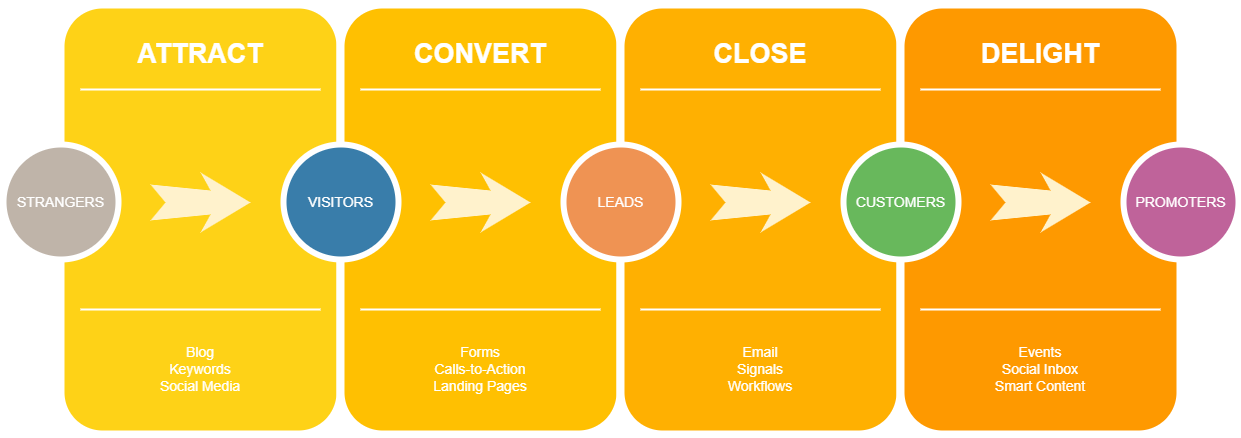
ngholom/ngholom keeps this draw.io diagram as Untitled Diagram.drawio.png. Above is the earlier version. Source tidied: cells renumbered, new cells last; positions are measured from the earlier drawing's top-left corner, leaving out a move shared by most shapes. The source it was exported from:
```xml
<mxGraphModel>
  <root>
    <mxCell id="0" />
    <mxCell id="1" parent="0" />
    <mxCell id="2" style="whiteSpace=wrap;html=1;rounded=1;shadow=0;strokeWidth=8;fontSize=20;align=center;fillColor=#FED217;strokeColor=#FFFFFF;" parent="1" vertex="1">
      <mxGeometry x="57" width="280" height="430" as="geometry" />
    </mxCell>
    <mxCell id="3" value="ATTRACT" style="text;html=1;strokeColor=none;fillColor=none;align=center;verticalAlign=middle;whiteSpace=wrap;rounded=0;shadow=0;fontSize=27;fontColor=#FFFFFF;fontStyle=1;" parent="1" vertex="1">
      <mxGeometry x="57" y="20" width="280" height="60" as="geometry" />
    </mxCell>
    <mxCell id="4" value="Blog&lt;div&gt;Keywords&lt;/div&gt;&lt;div&gt;Social Media&lt;/div&gt;" style="text;html=1;strokeColor=none;fillColor=none;align=center;verticalAlign=middle;whiteSpace=wrap;rounded=0;shadow=0;fontSize=14;fontColor=#FFFFFF;" parent="1" vertex="1">
      <mxGeometry x="57" y="320" width="280" height="90" as="geometry" />
    </mxCell>
    <mxCell id="5" style="line;strokeWidth=2;html=1;rounded=0;shadow=0;fontSize=27;align=center;fillColor=none;strokeColor=#FFFFFF;" parent="1" vertex="1">
      <mxGeometry x="77" y="80" width="240" height="10" as="geometry" />
    </mxCell>
    <mxCell id="6" style="line;strokeWidth=2;html=1;rounded=0;shadow=0;fontSize=27;align=center;fillColor=none;strokeColor=#FFFFFF;" parent="1" vertex="1">
      <mxGeometry x="77" y="300" width="240" height="10" as="geometry" />
    </mxCell>
    <mxCell id="7" value="STRANGERS" style="ellipse;whiteSpace=wrap;html=1;rounded=0;shadow=0;strokeWidth=6;fontSize=14;align=center;fillColor=#BFB4A9;strokeColor=#FFFFFF;fontColor=#FFFFFF;" parent="1" vertex="1">
      <mxGeometry y="140" width="115" height="115" as="geometry" />
    </mxCell>
    <mxCell id="8" style="html=1;shadow=0;dashed=0;align=center;verticalAlign=middle;shape=mxgraph.arrows2.stylisedArrow;dy=0.6;dx=40;notch=15;feather=0.4;rounded=0;strokeWidth=1;fontSize=27;strokeColor=none;fillColor=#fff2cc;" parent="1" vertex="1">
      <mxGeometry x="147" y="168" width="100" height="60" as="geometry" />
    </mxCell>
    <mxCell id="9" style="whiteSpace=wrap;html=1;rounded=1;shadow=0;strokeWidth=8;fontSize=20;align=center;fillColor=#FFC001;strokeColor=#FFFFFF;" parent="1" vertex="1">
      <mxGeometry x="337" width="280" height="430" as="geometry" />
    </mxCell>
    <mxCell id="10" value="CONVERT" style="text;html=1;strokeColor=none;fillColor=none;align=center;verticalAlign=middle;whiteSpace=wrap;rounded=0;shadow=0;fontSize=27;fontColor=#FFFFFF;fontStyle=1;" parent="1" vertex="1">
      <mxGeometry x="337" y="20" width="280" height="60" as="geometry" />
    </mxCell>
    <mxCell id="11" value="Forms&lt;div&gt;Calls-to-Action&lt;/div&gt;&lt;div&gt;Landing Pages&lt;/div&gt;" style="text;html=1;strokeColor=none;fillColor=none;align=center;verticalAlign=middle;whiteSpace=wrap;rounded=0;shadow=0;fontSize=14;fontColor=#FFFFFF;" parent="1" vertex="1">
      <mxGeometry x="337" y="320" width="280" height="90" as="geometry" />
    </mxCell>
    <mxCell id="12" style="line;strokeWidth=2;html=1;rounded=0;shadow=0;fontSize=27;align=center;fillColor=none;strokeColor=#FFFFFF;" parent="1" vertex="1">
      <mxGeometry x="357" y="80" width="240" height="10" as="geometry" />
    </mxCell>
    <mxCell id="13" style="line;strokeWidth=2;html=1;rounded=0;shadow=0;fontSize=27;align=center;fillColor=none;strokeColor=#FFFFFF;" parent="1" vertex="1">
      <mxGeometry x="357" y="300" width="240" height="10" as="geometry" />
    </mxCell>
    <mxCell id="14" value="VISITORS" style="ellipse;whiteSpace=wrap;html=1;rounded=0;shadow=0;strokeWidth=6;fontSize=14;align=center;fillColor=#397DAA;strokeColor=#FFFFFF;fontColor=#FFFFFF;" parent="1" vertex="1">
      <mxGeometry x="280" y="140" width="115" height="115" as="geometry" />
    </mxCell>
    <mxCell id="15" style="html=1;shadow=0;dashed=0;align=center;verticalAlign=middle;shape=mxgraph.arrows2.stylisedArrow;dy=0.6;dx=40;notch=15;feather=0.4;rounded=0;strokeWidth=1;fontSize=27;strokeColor=none;fillColor=#fff2cc;" parent="1" vertex="1">
      <mxGeometry x="427" y="168" width="100" height="60" as="geometry" />
    </mxCell>
    <mxCell id="16" style="whiteSpace=wrap;html=1;rounded=1;shadow=0;strokeWidth=8;fontSize=20;align=center;fillColor=#FFB001;strokeColor=#FFFFFF;" parent="1" vertex="1">
      <mxGeometry x="617" width="280" height="430" as="geometry" />
    </mxCell>
    <mxCell id="17" value="CLOSE" style="text;html=1;strokeColor=none;fillColor=none;align=center;verticalAlign=middle;whiteSpace=wrap;rounded=0;shadow=0;fontSize=27;fontColor=#FFFFFF;fontStyle=1;" parent="1" vertex="1">
      <mxGeometry x="617" y="20" width="280" height="60" as="geometry" />
    </mxCell>
    <mxCell id="18" value="Email&lt;div&gt;Signals&lt;/div&gt;&lt;div&gt;Workflows&lt;/div&gt;" style="text;html=1;strokeColor=none;fillColor=none;align=center;verticalAlign=middle;whiteSpace=wrap;rounded=0;shadow=0;fontSize=14;fontColor=#FFFFFF;" parent="1" vertex="1">
      <mxGeometry x="617" y="320" width="280" height="90" as="geometry" />
    </mxCell>
    <mxCell id="19" style="line;strokeWidth=2;html=1;rounded=0;shadow=0;fontSize=27;align=center;fillColor=none;strokeColor=#FFFFFF;" parent="1" vertex="1">
      <mxGeometry x="637" y="80" width="240" height="10" as="geometry" />
    </mxCell>
    <mxCell id="20" style="line;strokeWidth=2;html=1;rounded=0;shadow=0;fontSize=27;align=center;fillColor=none;strokeColor=#FFFFFF;" parent="1" vertex="1">
      <mxGeometry x="637" y="300" width="240" height="10" as="geometry" />
    </mxCell>
    <mxCell id="21" value="LEADS" style="ellipse;whiteSpace=wrap;html=1;rounded=0;shadow=0;strokeWidth=6;fontSize=14;align=center;fillColor=#EF9353;strokeColor=#FFFFFF;fontColor=#FFFFFF;" parent="1" vertex="1">
      <mxGeometry x="560" y="140" width="115" height="115" as="geometry" />
    </mxCell>
    <mxCell id="22" style="html=1;shadow=0;dashed=0;align=center;verticalAlign=middle;shape=mxgraph.arrows2.stylisedArrow;dy=0.6;dx=40;notch=15;feather=0.4;rounded=0;strokeWidth=1;fontSize=27;strokeColor=none;fillColor=#fff2cc;" parent="1" vertex="1">
      <mxGeometry x="707" y="168" width="100" height="60" as="geometry" />
    </mxCell>
    <mxCell id="23" style="whiteSpace=wrap;html=1;rounded=1;shadow=0;strokeWidth=8;fontSize=20;align=center;fillColor=#FE9900;strokeColor=#FFFFFF;" parent="1" vertex="1">
      <mxGeometry x="897" width="280" height="430" as="geometry" />
    </mxCell>
    <mxCell id="24" value="DELIGHT" style="text;html=1;strokeColor=none;fillColor=none;align=center;verticalAlign=middle;whiteSpace=wrap;rounded=0;shadow=0;fontSize=27;fontColor=#FFFFFF;fontStyle=1;" parent="1" vertex="1">
      <mxGeometry x="897" y="20" width="280" height="60" as="geometry" />
    </mxCell>
    <mxCell id="25" value="Events&lt;div&gt;Social Inbox&lt;/div&gt;&lt;div&gt;Smart Content&lt;/div&gt;" style="text;html=1;strokeColor=none;fillColor=none;align=center;verticalAlign=middle;whiteSpace=wrap;rounded=0;shadow=0;fontSize=14;fontColor=#FFFFFF;" parent="1" vertex="1">
      <mxGeometry x="897" y="320" width="280" height="90" as="geometry" />
    </mxCell>
    <mxCell id="26" style="line;strokeWidth=2;html=1;rounded=0;shadow=0;fontSize=27;align=center;fillColor=none;strokeColor=#FFFFFF;" parent="1" vertex="1">
      <mxGeometry x="917" y="80" width="240" height="10" as="geometry" />
    </mxCell>
    <mxCell id="27" style="line;strokeWidth=2;html=1;rounded=0;shadow=0;fontSize=27;align=center;fillColor=none;strokeColor=#FFFFFF;" parent="1" vertex="1">
      <mxGeometry x="917" y="300" width="240" height="10" as="geometry" />
    </mxCell>
    <mxCell id="28" value="CUSTOMERS" style="ellipse;whiteSpace=wrap;html=1;rounded=0;shadow=0;strokeWidth=6;fontSize=14;align=center;fillColor=#68B85C;strokeColor=#FFFFFF;fontColor=#FFFFFF;" parent="1" vertex="1">
      <mxGeometry x="840" y="140" width="115" height="115" as="geometry" />
    </mxCell>
    <mxCell id="29" style="html=1;shadow=0;dashed=0;align=center;verticalAlign=middle;shape=mxgraph.arrows2.stylisedArrow;dy=0.6;dx=40;notch=15;feather=0.4;rounded=0;strokeWidth=1;fontSize=27;strokeColor=none;fillColor=#fff2cc;" parent="1" vertex="1">
      <mxGeometry x="987" y="168" width="100" height="60" as="geometry" />
    </mxCell>
    <mxCell id="30" value="PROMOTERS" style="ellipse;whiteSpace=wrap;html=1;rounded=0;shadow=0;strokeWidth=6;fontSize=14;align=center;fillColor=#BF639A;strokeColor=#FFFFFF;fontColor=#FFFFFF;" parent="1" vertex="1">
      <mxGeometry x="1120" y="140" width="115" height="115" as="geometry" />
    </mxCell>
  </root>
</mxGraphModel>
```
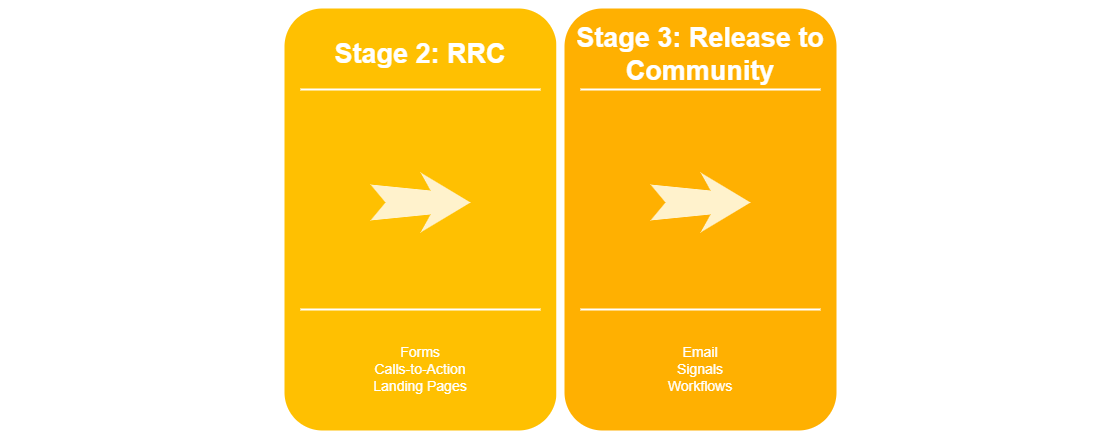
The same diagram one commit later.

The edit, as a diff of the source:
```diff
@@ -2,10 +2,7 @@
   <root>
     <mxCell id="0" />
     <mxCell id="1" parent="0" />
-    <mxCell id="2" style="whiteSpace=wrap;html=1;rounded=1;shadow=0;strokeWidth=8;fontSize=20;align=center;fillColor=#FED217;strokeColor=#FFFFFF;" parent="1" vertex="1">
-      <mxGeometry x="57" width="280" height="430" as="geometry" />
-    </mxCell>
-    <mxCell id="3" value="ATTRACT" style="text;html=1;strokeColor=none;fillColor=none;align=center;verticalAlign=middle;whiteSpace=wrap;rounded=0;shadow=0;fontSize=27;fontColor=#FFFFFF;fontStyle=1;" parent="1" vertex="1">
+    <mxCell id="3" value="S" style="text;html=1;strokeColor=none;fillColor=none;align=center;verticalAlign=middle;whiteSpace=wrap;rounded=0;shadow=0;fontSize=27;fontColor=#FFFFFF;fontStyle=1;" parent="1" vertex="1">
       <mxGeometry x="57" y="20" width="280" height="60" as="geometry" />
     </mxCell>
     <mxCell id="4" value="Blog&lt;div&gt;Keywords&lt;/div&gt;&lt;div&gt;Social Media&lt;/div&gt;" style="text;html=1;strokeColor=none;fillColor=none;align=center;verticalAlign=middle;whiteSpace=wrap;rounded=0;shadow=0;fontSize=14;fontColor=#FFFFFF;" parent="1" vertex="1">
@@ -17,16 +14,10 @@
     <mxCell id="6" style="line;strokeWidth=2;html=1;rounded=0;shadow=0;fontSize=27;align=center;fillColor=none;strokeColor=#FFFFFF;" parent="1" vertex="1">
       <mxGeometry x="77" y="300" width="240" height="10" as="geometry" />
     </mxCell>
-    <mxCell id="7" value="STRANGERS" style="ellipse;whiteSpace=wrap;html=1;rounded=0;shadow=0;strokeWidth=6;fontSize=14;align=center;fillColor=#BFB4A9;strokeColor=#FFFFFF;fontColor=#FFFFFF;" parent="1" vertex="1">
-      <mxGeometry y="140" width="115" height="115" as="geometry" />
-    </mxCell>
-    <mxCell id="8" style="html=1;shadow=0;dashed=0;align=center;verticalAlign=middle;shape=mxgraph.arrows2.stylisedArrow;dy=0.6;dx=40;notch=15;feather=0.4;rounded=0;strokeWidth=1;fontSize=27;strokeColor=none;fillColor=#fff2cc;" parent="1" vertex="1">
-      <mxGeometry x="147" y="168" width="100" height="60" as="geometry" />
-    </mxCell>
     <mxCell id="9" style="whiteSpace=wrap;html=1;rounded=1;shadow=0;strokeWidth=8;fontSize=20;align=center;fillColor=#FFC001;strokeColor=#FFFFFF;" parent="1" vertex="1">
       <mxGeometry x="337" width="280" height="430" as="geometry" />
     </mxCell>
-    <mxCell id="10" value="CONVERT" style="text;html=1;strokeColor=none;fillColor=none;align=center;verticalAlign=middle;whiteSpace=wrap;rounded=0;shadow=0;fontSize=27;fontColor=#FFFFFF;fontStyle=1;" parent="1" vertex="1">
+    <mxCell id="10" value="Stage 2: RRC" style="text;html=1;strokeColor=none;fillColor=none;align=center;verticalAlign=middle;whiteSpace=wrap;rounded=0;shadow=0;fontSize=27;fontColor=#FFFFFF;fontStyle=1;" parent="1" vertex="1">
       <mxGeometry x="337" y="20" width="280" height="60" as="geometry" />
     </mxCell>
     <mxCell id="11" value="Forms&lt;div&gt;Calls-to-Action&lt;/div&gt;&lt;div&gt;Landing Pages&lt;/div&gt;" style="text;html=1;strokeColor=none;fillColor=none;align=center;verticalAlign=middle;whiteSpace=wrap;rounded=0;shadow=0;fontSize=14;fontColor=#FFFFFF;" parent="1" vertex="1">
@@ -38,16 +29,13 @@
     <mxCell id="13" style="line;strokeWidth=2;html=1;rounded=0;shadow=0;fontSize=27;align=center;fillColor=none;strokeColor=#FFFFFF;" parent="1" vertex="1">
       <mxGeometry x="357" y="300" width="240" height="10" as="geometry" />
     </mxCell>
-    <mxCell id="14" value="VISITORS" style="ellipse;whiteSpace=wrap;html=1;rounded=0;shadow=0;strokeWidth=6;fontSize=14;align=center;fillColor=#397DAA;strokeColor=#FFFFFF;fontColor=#FFFFFF;" parent="1" vertex="1">
-      <mxGeometry x="280" y="140" width="115" height="115" as="geometry" />
-    </mxCell>
     <mxCell id="15" style="html=1;shadow=0;dashed=0;align=center;verticalAlign=middle;shape=mxgraph.arrows2.stylisedArrow;dy=0.6;dx=40;notch=15;feather=0.4;rounded=0;strokeWidth=1;fontSize=27;strokeColor=none;fillColor=#fff2cc;" parent="1" vertex="1">
       <mxGeometry x="427" y="168" width="100" height="60" as="geometry" />
     </mxCell>
     <mxCell id="16" style="whiteSpace=wrap;html=1;rounded=1;shadow=0;strokeWidth=8;fontSize=20;align=center;fillColor=#FFB001;strokeColor=#FFFFFF;" parent="1" vertex="1">
       <mxGeometry x="617" width="280" height="430" as="geometry" />
     </mxCell>
-    <mxCell id="17" value="CLOSE" style="text;html=1;strokeColor=none;fillColor=none;align=center;verticalAlign=middle;whiteSpace=wrap;rounded=0;shadow=0;fontSize=27;fontColor=#FFFFFF;fontStyle=1;" parent="1" vertex="1">
+    <mxCell id="17" value="Stage 3: Release to Community" style="text;html=1;strokeColor=none;fillColor=none;align=center;verticalAlign=middle;whiteSpace=wrap;rounded=0;shadow=0;fontSize=27;fontColor=#FFFFFF;fontStyle=1;" parent="1" vertex="1">
       <mxGeometry x="617" y="20" width="280" height="60" as="geometry" />
     </mxCell>
     <mxCell id="18" value="Email&lt;div&gt;Signals&lt;/div&gt;&lt;div&gt;Workflows&lt;/div&gt;" style="text;html=1;strokeColor=none;fillColor=none;align=center;verticalAlign=middle;whiteSpace=wrap;rounded=0;shadow=0;fontSize=14;fontColor=#FFFFFF;" parent="1" vertex="1">
@@ -59,15 +47,9 @@
     <mxCell id="20" style="line;strokeWidth=2;html=1;rounded=0;shadow=0;fontSize=27;align=center;fillColor=none;strokeColor=#FFFFFF;" parent="1" vertex="1">
       <mxGeometry x="637" y="300" width="240" height="10" as="geometry" />
     </mxCell>
-    <mxCell id="21" value="LEADS" style="ellipse;whiteSpace=wrap;html=1;rounded=0;shadow=0;strokeWidth=6;fontSize=14;align=center;fillColor=#EF9353;strokeColor=#FFFFFF;fontColor=#FFFFFF;" parent="1" vertex="1">
-      <mxGeometry x="560" y="140" width="115" height="115" as="geometry" />
-    </mxCell>
     <mxCell id="22" style="html=1;shadow=0;dashed=0;align=center;verticalAlign=middle;shape=mxgraph.arrows2.stylisedArrow;dy=0.6;dx=40;notch=15;feather=0.4;rounded=0;strokeWidth=1;fontSize=27;strokeColor=none;fillColor=#fff2cc;" parent="1" vertex="1">
       <mxGeometry x="707" y="168" width="100" height="60" as="geometry" />
     </mxCell>
-    <mxCell id="23" style="whiteSpace=wrap;html=1;rounded=1;shadow=0;strokeWidth=8;fontSize=20;align=center;fillColor=#FE9900;strokeColor=#FFFFFF;" parent="1" vertex="1">
-      <mxGeometry x="897" width="280" height="430" as="geometry" />
-    </mxCell>
     <mxCell id="24" value="DELIGHT" style="text;html=1;strokeColor=none;fillColor=none;align=center;verticalAlign=middle;whiteSpace=wrap;rounded=0;shadow=0;fontSize=27;fontColor=#FFFFFF;fontStyle=1;" parent="1" vertex="1">
       <mxGeometry x="897" y="20" width="280" height="60" as="geometry" />
     </mxCell>
@@ -80,14 +62,5 @@
     <mxCell id="27" style="line;strokeWidth=2;html=1;rounded=0;shadow=0;fontSize=27;align=center;fillColor=none;strokeColor=#FFFFFF;" parent="1" vertex="1">
       <mxGeometry x="917" y="300" width="240" height="10" as="geometry" />
     </mxCell>
-    <mxCell id="28" value="CUSTOMERS" style="ellipse;whiteSpace=wrap;html=1;rounded=0;shadow=0;strokeWidth=6;fontSize=14;align=center;fillColor=#68B85C;strokeColor=#FFFFFF;fontColor=#FFFFFF;" parent="1" vertex="1">
-      <mxGeometry x="840" y="140" width="115" height="115" as="geometry" />
-    </mxCell>
-    <mxCell id="29" style="html=1;shadow=0;dashed=0;align=center;verticalAlign=middle;shape=mxgraph.arrows2.stylisedArrow;dy=0.6;dx=40;notch=15;feather=0.4;rounded=0;strokeWidth=1;fontSize=27;strokeColor=none;fillColor=#fff2cc;" parent="1" vertex="1">
-      <mxGeometry x="987" y="168" width="100" height="60" as="geometry" />
-    </mxCell>
-    <mxCell id="30" value="PROMOTERS" style="ellipse;whiteSpace=wrap;html=1;rounded=0;shadow=0;strokeWidth=6;fontSize=14;align=center;fillColor=#BF639A;strokeColor=#FFFFFF;fontColor=#FFFFFF;" parent="1" vertex="1">
-      <mxGeometry x="1120" y="140" width="115" height="115" as="geometry" />
-    </mxCell>
   </root>
 </mxGraphModel>
```
